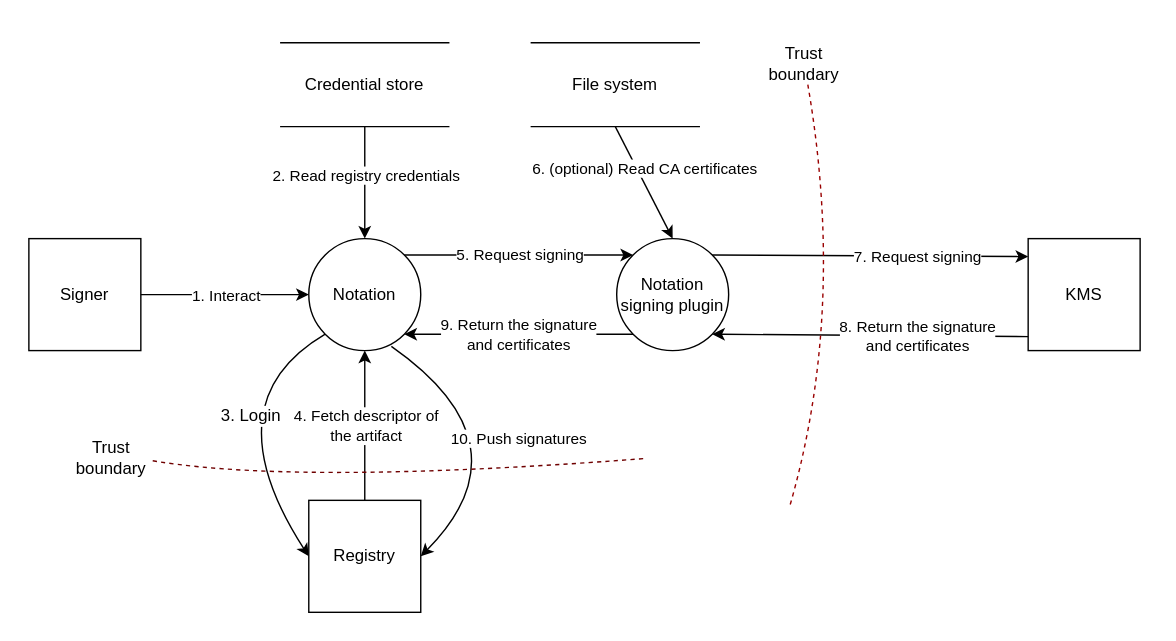
notaryproject/specifications keeps this draw.io diagram as media/notation-sign-remote.svg. Above is the earlier version. Source tidied: cells renumbered, new cells last; positions are measured from the earlier drawing's top-left corner, leaving out a move shared by most shapes. Source of this version:
```xml
<mxGraphModel background="#ffffff">
  <root>
    <mxCell id="0" />
    <mxCell id="1" parent="0" />
    <mxCell id="2" style="rounded=0;whiteSpace=wrap;html=1;strokeColor=none;" parent="1" vertex="1">
      <mxGeometry width="839" height="457" as="geometry" />
    </mxCell>
    <mxCell id="3" value="Signer" style="whiteSpace=wrap;html=1;fontColor=#000000;fillColor=#ffffff;strokeColor=#000000;" parent="1" vertex="1">
      <mxGeometry x="20" y="170" width="80" height="80" as="geometry" />
    </mxCell>
    <mxCell id="4" value="Notation" style="ellipse;whiteSpace=wrap;html=1;fillColor=#ffffff;strokeColor=#000000;" parent="1" vertex="1">
      <mxGeometry x="220" y="170" width="80" height="80" as="geometry" />
    </mxCell>
    <mxCell id="5" value="Credential store" style="shape=partialRectangle;whiteSpace=wrap;html=1;left=0;right=0;fillColor=none;strokeColor=#000000;fontColor=#000000;" parent="1" vertex="1">
      <mxGeometry x="200" y="30" width="120" height="60" as="geometry" />
    </mxCell>
    <mxCell id="6" value="Notation signing plugin" style="ellipse;whiteSpace=wrap;html=1;" parent="1" vertex="1">
      <mxGeometry x="440" y="170" width="80" height="80" as="geometry" />
    </mxCell>
    <mxCell id="7" value="KMS" style="whiteSpace=wrap;html=1;points=[[0,0,0,0,0],[0,0.16,0,0,0],[0,0.33,0,0,0],[0,0.5,0,0,0],[0,0.68,0,0,0],[0,0.83,0,0,0],[0,1,0,0,0],[0.25,0,0,0,0],[0.25,1,0,0,0],[0.5,0,0,0,0],[0.5,1,0,0,0],[0.75,0,0,0,0],[0.75,1,0,0,0],[1,0,0,0,0],[1,0.25,0,0,0],[1,0.5,0,0,0],[1,0.75,0,0,0],[1,1,0,0,0]];" parent="1" vertex="1">
      <mxGeometry x="734" y="170" width="80" height="80" as="geometry" />
    </mxCell>
    <mxCell id="8" style="endArrow=classic;html=1;rounded=0;exitX=1;exitY=0.5;exitDx=0;exitDy=0;entryX=0;entryY=0.5;entryDx=0;entryDy=0;fontColor=#050505;strokeColor=#000000;" parent="1" edge="1" source="3" target="4">
      <mxGeometry relative="1" as="geometry" />
    </mxCell>
    <mxCell id="9" value="1. Interact" style="edgeLabel;html=1;align=center;verticalAlign=middle;" parent="8" vertex="1">
      <mxGeometry relative="1" as="geometry" />
    </mxCell>
    <mxCell id="10" style="endArrow=classic;html=1;rounded=0;exitX=1;exitY=0;exitDx=0;exitDy=0;entryX=0;entryY=0;entryDx=0;entryDy=0;" parent="1" edge="1" source="4" target="6">
      <mxGeometry relative="1" as="geometry" />
    </mxCell>
    <mxCell id="11" value="5. Request signing" style="edgeLabel;html=1;align=center;verticalAlign=middle;" parent="10" vertex="1">
      <mxGeometry relative="1" as="geometry" />
    </mxCell>
    <mxCell id="12" style="endArrow=classic;html=1;rounded=0;exitX=0;exitY=1;exitDx=0;exitDy=0;entryX=1;entryY=1;entryDx=0;entryDy=0;" parent="1" edge="1" source="6" target="4">
      <mxGeometry relative="1" as="geometry" />
    </mxCell>
    <mxCell id="13" value="9. Return the signature&lt;br&gt;and certificates" style="edgeLabel;html=1;align=center;verticalAlign=middle;" parent="12" vertex="1">
      <mxGeometry relative="1" as="geometry" />
    </mxCell>
    <mxCell id="14" style="endArrow=classic;html=1;rounded=0;exitX=1;exitY=0;exitDx=0;exitDy=0;entryX=0;entryY=0.16;entryDx=0;entryDy=0;entryPerimeter=0;strokeColor=#000000;" parent="1" edge="1" source="6" target="7">
      <mxGeometry relative="1" as="geometry" />
    </mxCell>
    <mxCell id="15" value="7. Request signing" style="edgeLabel;html=1;align=center;verticalAlign=middle;" parent="14" vertex="1">
      <mxGeometry relative="1" as="geometry">
        <mxPoint x="33" as="offset" />
      </mxGeometry>
    </mxCell>
    <mxCell id="16" style="endArrow=classic;html=1;rounded=0;entryX=1;entryY=1;entryDx=0;entryDy=0;" parent="1" edge="1" target="6">
      <mxGeometry relative="1" as="geometry">
        <mxPoint x="734" y="240" as="sourcePoint" />
      </mxGeometry>
    </mxCell>
    <mxCell id="17" value="8. Return the signature &lt;br&gt;and certificates" style="edgeLabel;html=1;align=center;verticalAlign=middle;" parent="16" vertex="1">
      <mxGeometry relative="1" as="geometry">
        <mxPoint x="33" as="offset" />
      </mxGeometry>
    </mxCell>
    <mxCell id="18" style="endArrow=classic;html=1;rounded=0;exitX=0.5;exitY=1;exitDx=0;exitDy=0;entryX=0.5;entryY=0;entryDx=0;entryDy=0;fontColor=#000000;strokeColor=#000000;" parent="1" edge="1" source="5" target="4">
      <mxGeometry relative="1" as="geometry" />
    </mxCell>
    <mxCell id="19" value="2. Read registry credentials" style="edgeLabel;html=1;align=center;verticalAlign=middle;" parent="18" vertex="1">
      <mxGeometry relative="1" as="geometry">
        <mxPoint y="-6" as="offset" />
      </mxGeometry>
    </mxCell>
    <mxCell id="20" style="endArrow=classic;html=1;rounded=0;exitX=0.5;exitY=1;exitDx=0;exitDy=0;entryX=0.5;entryY=0;entryDx=0;entryDy=0;" parent="1" edge="1" source="35" target="6">
      <mxGeometry relative="1" as="geometry" />
    </mxCell>
    <mxCell id="21" value="6. (optional) Read CA certificates" style="edgeLabel;html=1;align=center;verticalAlign=middle;" parent="20" vertex="1">
      <mxGeometry relative="1" as="geometry">
        <mxPoint y="-11" as="offset" />
      </mxGeometry>
    </mxCell>
    <mxCell id="22" style="verticalLabelPosition=bottom;verticalAlign=top;html=1;shape=mxgraph.basic.arc;startAngle=0.7934506846033575;endAngle=0.08601043481131534;fillColor=none;direction=east;perimeter=ellipsePerimeter;rotation=0;" parent="1" edge="1">
      <mxGeometry relative="1" as="geometry">
        <mxPoint x="664" y="120" as="sourcePoint" />
        <mxPoint x="714" y="70" as="targetPoint" />
        <Array as="points">
          <mxPoint x="714" y="120" />
          <mxPoint x="664" y="70" />
        </Array>
      </mxGeometry>
    </mxCell>
    <mxCell id="23" style="endArrow=none;dashed=1;curved=1;html=1;rounded=0;" parent="1" edge="1" source="25">
      <mxGeometry relative="1" as="geometry">
        <mxPoint x="574" y="60" as="targetPoint" />
      </mxGeometry>
    </mxCell>
    <mxCell id="24" style="endArrow=none;dashed=1;curved=1;html=1;rounded=0;strokeColor=#990000;" parent="1" edge="1" target="25">
      <mxGeometry relative="1" as="geometry">
        <mxPoint x="564" y="360" as="sourcePoint" />
        <Array as="points">
          <mxPoint x="604" y="220" />
        </Array>
      </mxGeometry>
    </mxCell>
    <mxCell id="25" value="Trust boundary" style="text;html=1;strokeColor=none;fillColor=none;align=center;verticalAlign=middle;whiteSpace=wrap;rounded=0;" parent="1" vertex="1">
      <mxGeometry x="544" y="30" width="60" height="30" as="geometry" />
    </mxCell>
    <mxCell id="26" value="Registry" style="whiteSpace=wrap;html=1;" parent="1" vertex="1">
      <mxGeometry x="220" y="357" width="80" height="80" as="geometry" />
    </mxCell>
    <mxCell id="27" style="curved=1;endArrow=classic;html=1;rounded=0;exitX=0;exitY=1;exitDx=0;exitDy=0;entryX=0;entryY=0.5;entryDx=0;entryDy=0;" parent="1" edge="1" source="4" target="26">
      <mxGeometry relative="1" as="geometry">
        <Array as="points">
          <mxPoint x="149" y="287" />
        </Array>
      </mxGeometry>
    </mxCell>
    <mxCell id="28" value="3. Login" style="text;html=1;strokeColor=none;fillColor=none;align=center;verticalAlign=middle;whiteSpace=wrap;rounded=0;labelBackgroundColor=default;" parent="1" vertex="1">
      <mxGeometry x="149" y="282" width="60" height="30" as="geometry" />
    </mxCell>
    <mxCell id="29" style="endArrow=classic;html=1;rounded=0;exitX=0.5;exitY=0;exitDx=0;exitDy=0;entryX=0.5;entryY=1;entryDx=0;entryDy=0;" parent="1" edge="1" source="26" target="4">
      <mxGeometry relative="1" as="geometry" />
    </mxCell>
    <mxCell id="30" value="4. Fetch descriptor of&lt;br&gt;the artifact" style="edgeLabel;html=1;align=center;verticalAlign=middle;" parent="29" vertex="1">
      <mxGeometry relative="1" as="geometry" />
    </mxCell>
    <mxCell id="31" style="curved=1;endArrow=classic;html=1;rounded=0;entryX=1;entryY=0.5;entryDx=0;entryDy=0;" parent="1" edge="1" target="26">
      <mxGeometry relative="1" as="geometry">
        <mxPoint x="279" y="247" as="sourcePoint" />
        <Array as="points">
          <mxPoint x="379" y="317" />
        </Array>
      </mxGeometry>
    </mxCell>
    <mxCell id="32" value="10. Push signatures" style="edgeLabel;html=1;align=center;verticalAlign=middle;" parent="1" vertex="1">
      <mxGeometry x="369" y="312" as="geometry" />
    </mxCell>
    <mxCell id="33" style="curved=1;html=1;rounded=0;exitX=0.547;exitY=0.716;exitDx=0;exitDy=0;exitPerimeter=0;endArrow=none;dashed=1;fillColor=#a20025;strokeColor=#6F0000;" parent="1" edge="1" source="2">
      <mxGeometry relative="1" as="geometry">
        <mxPoint x="99" y="327" as="targetPoint" />
        <Array as="points">
          <mxPoint x="200" y="347" />
        </Array>
      </mxGeometry>
    </mxCell>
    <mxCell id="34" value="Trust boundary" style="text;html=1;strokeColor=none;fillColor=none;align=center;verticalAlign=middle;whiteSpace=wrap;rounded=0;labelBackgroundColor=default;" parent="1" vertex="1">
      <mxGeometry x="49" y="312" width="60" height="30" as="geometry" />
    </mxCell>
    <mxCell id="35" value="File system" style="shape=partialRectangle;whiteSpace=wrap;html=1;left=0;right=0;fillColor=none;strokeColor=#000000;fontColor=#000000;" parent="1" vertex="1">
      <mxGeometry x="379" y="30" width="120" height="60" as="geometry" />
    </mxCell>
  </root>
</mxGraphModel>
```
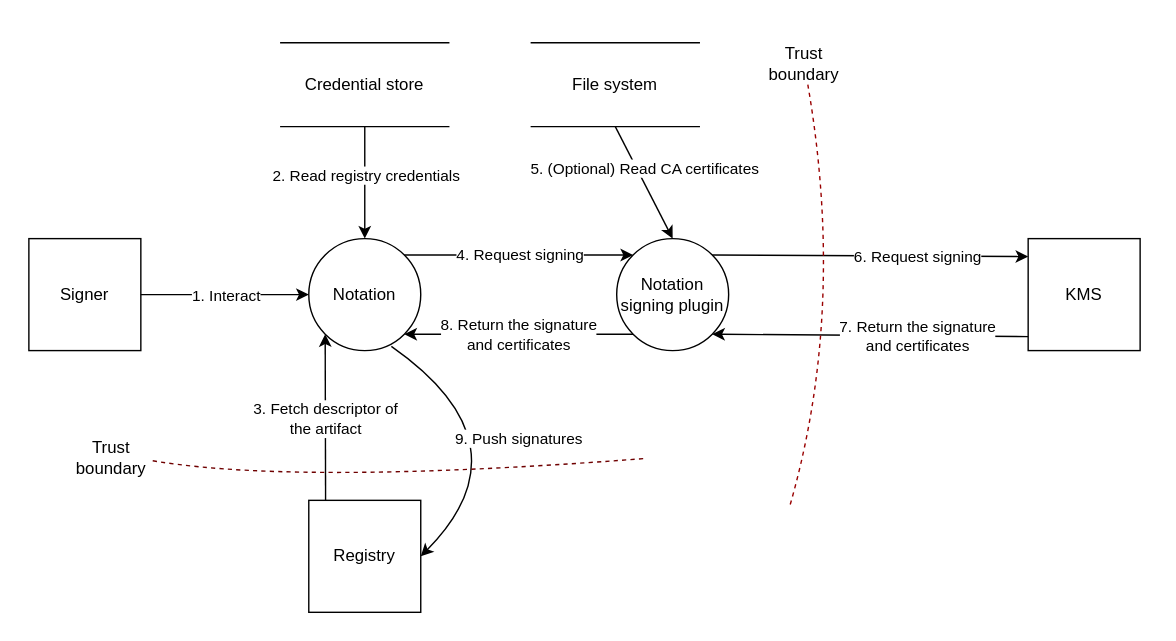
After the change.

What changed in the source:
```diff
@@ -29,19 +29,19 @@
     <mxCell id="10" style="endArrow=classic;html=1;rounded=0;exitX=1;exitY=0;exitDx=0;exitDy=0;entryX=0;entryY=0;entryDx=0;entryDy=0;" parent="1" edge="1" source="4" target="6">
       <mxGeometry relative="1" as="geometry" />
     </mxCell>
-    <mxCell id="11" value="5. Request signing" style="edgeLabel;html=1;align=center;verticalAlign=middle;" parent="10" vertex="1">
+    <mxCell id="11" value="4. Request signing" style="edgeLabel;html=1;align=center;verticalAlign=middle;" parent="10" vertex="1">
       <mxGeometry relative="1" as="geometry" />
     </mxCell>
     <mxCell id="12" style="endArrow=classic;html=1;rounded=0;exitX=0;exitY=1;exitDx=0;exitDy=0;entryX=1;entryY=1;entryDx=0;entryDy=0;" parent="1" edge="1" source="6" target="4">
       <mxGeometry relative="1" as="geometry" />
     </mxCell>
-    <mxCell id="13" value="9. Return the signature&lt;br&gt;and certificates" style="edgeLabel;html=1;align=center;verticalAlign=middle;" parent="12" vertex="1">
+    <mxCell id="13" value="8. Return the signature&lt;br&gt;and certificates" style="edgeLabel;html=1;align=center;verticalAlign=middle;" parent="12" vertex="1">
       <mxGeometry relative="1" as="geometry" />
     </mxCell>
     <mxCell id="14" style="endArrow=classic;html=1;rounded=0;exitX=1;exitY=0;exitDx=0;exitDy=0;entryX=0;entryY=0.16;entryDx=0;entryDy=0;entryPerimeter=0;strokeColor=#000000;" parent="1" edge="1" source="6" target="7">
       <mxGeometry relative="1" as="geometry" />
     </mxCell>
-    <mxCell id="15" value="7. Request signing" style="edgeLabel;html=1;align=center;verticalAlign=middle;" parent="14" vertex="1">
+    <mxCell id="15" value="6. Request signing" style="edgeLabel;html=1;align=center;verticalAlign=middle;" parent="14" vertex="1">
       <mxGeometry relative="1" as="geometry">
         <mxPoint x="33" as="offset" />
       </mxGeometry>
@@ -51,7 +51,7 @@
         <mxPoint x="734" y="240" as="sourcePoint" />
       </mxGeometry>
     </mxCell>
-    <mxCell id="17" value="8. Return the signature &lt;br&gt;and certificates" style="edgeLabel;html=1;align=center;verticalAlign=middle;" parent="16" vertex="1">
+    <mxCell id="17" value="7. Return the signature &lt;br&gt;and certificates" style="edgeLabel;html=1;align=center;verticalAlign=middle;" parent="16" vertex="1">
       <mxGeometry relative="1" as="geometry">
         <mxPoint x="33" as="offset" />
       </mxGeometry>
@@ -67,7 +67,7 @@
     <mxCell id="20" style="endArrow=classic;html=1;rounded=0;exitX=0.5;exitY=1;exitDx=0;exitDy=0;entryX=0.5;entryY=0;entryDx=0;entryDy=0;" parent="1" edge="1" source="35" target="6">
       <mxGeometry relative="1" as="geometry" />
     </mxCell>
-    <mxCell id="21" value="6. (optional) Read CA certificates" style="edgeLabel;html=1;align=center;verticalAlign=middle;" parent="20" vertex="1">
+    <mxCell id="21" value="5. (Optional) Read CA certificates" style="edgeLabel;html=1;align=center;verticalAlign=middle;" parent="20" vertex="1">
       <mxGeometry relative="1" as="geometry">
         <mxPoint y="-11" as="offset" />
       </mxGeometry>
@@ -101,20 +101,12 @@
     <mxCell id="26" value="Registry" style="whiteSpace=wrap;html=1;" parent="1" vertex="1">
       <mxGeometry x="220" y="357" width="80" height="80" as="geometry" />
     </mxCell>
-    <mxCell id="27" style="curved=1;endArrow=classic;html=1;rounded=0;exitX=0;exitY=1;exitDx=0;exitDy=0;entryX=0;entryY=0.5;entryDx=0;entryDy=0;" parent="1" edge="1" source="4" target="26">
-      <mxGeometry relative="1" as="geometry">
-        <Array as="points">
-          <mxPoint x="149" y="287" />
-        </Array>
-      </mxGeometry>
-    </mxCell>
-    <mxCell id="28" value="3. Login" style="text;html=1;strokeColor=none;fillColor=none;align=center;verticalAlign=middle;whiteSpace=wrap;rounded=0;labelBackgroundColor=default;" parent="1" vertex="1">
-      <mxGeometry x="149" y="282" width="60" height="30" as="geometry" />
-    </mxCell>
-    <mxCell id="29" style="endArrow=classic;html=1;rounded=0;exitX=0.5;exitY=0;exitDx=0;exitDy=0;entryX=0.5;entryY=1;entryDx=0;entryDy=0;" parent="1" edge="1" source="26" target="4">
-      <mxGeometry relative="1" as="geometry" />
+    <mxCell id="29" style="endArrow=classic;html=1;rounded=0;entryX=0;entryY=1;entryDx=0;entryDy=0;" parent="1" edge="1" target="4">
+      <mxGeometry relative="1" as="geometry">
+        <mxPoint x="232" y="357" as="sourcePoint" />
+      </mxGeometry>
     </mxCell>
-    <mxCell id="30" value="4. Fetch descriptor of&lt;br&gt;the artifact" style="edgeLabel;html=1;align=center;verticalAlign=middle;" parent="29" vertex="1">
+    <mxCell id="30" value="3. Fetch descriptor of&lt;br&gt;the artifact" style="edgeLabel;html=1;align=center;verticalAlign=middle;" parent="29" vertex="1">
       <mxGeometry relative="1" as="geometry" />
     </mxCell>
     <mxCell id="31" style="curved=1;endArrow=classic;html=1;rounded=0;entryX=1;entryY=0.5;entryDx=0;entryDy=0;" parent="1" edge="1" target="26">
@@ -125,7 +117,7 @@
         </Array>
       </mxGeometry>
     </mxCell>
-    <mxCell id="32" value="10. Push signatures" style="edgeLabel;html=1;align=center;verticalAlign=middle;" parent="1" vertex="1">
+    <mxCell id="32" value="9. Push signatures" style="edgeLabel;html=1;align=center;verticalAlign=middle;" parent="1" vertex="1">
       <mxGeometry x="369" y="312" as="geometry" />
     </mxCell>
     <mxCell id="33" style="curved=1;html=1;rounded=0;exitX=0.547;exitY=0.716;exitDx=0;exitDy=0;exitPerimeter=0;endArrow=none;dashed=1;fillColor=#a20025;strokeColor=#6F0000;" parent="1" edge="1" source="2">
```
